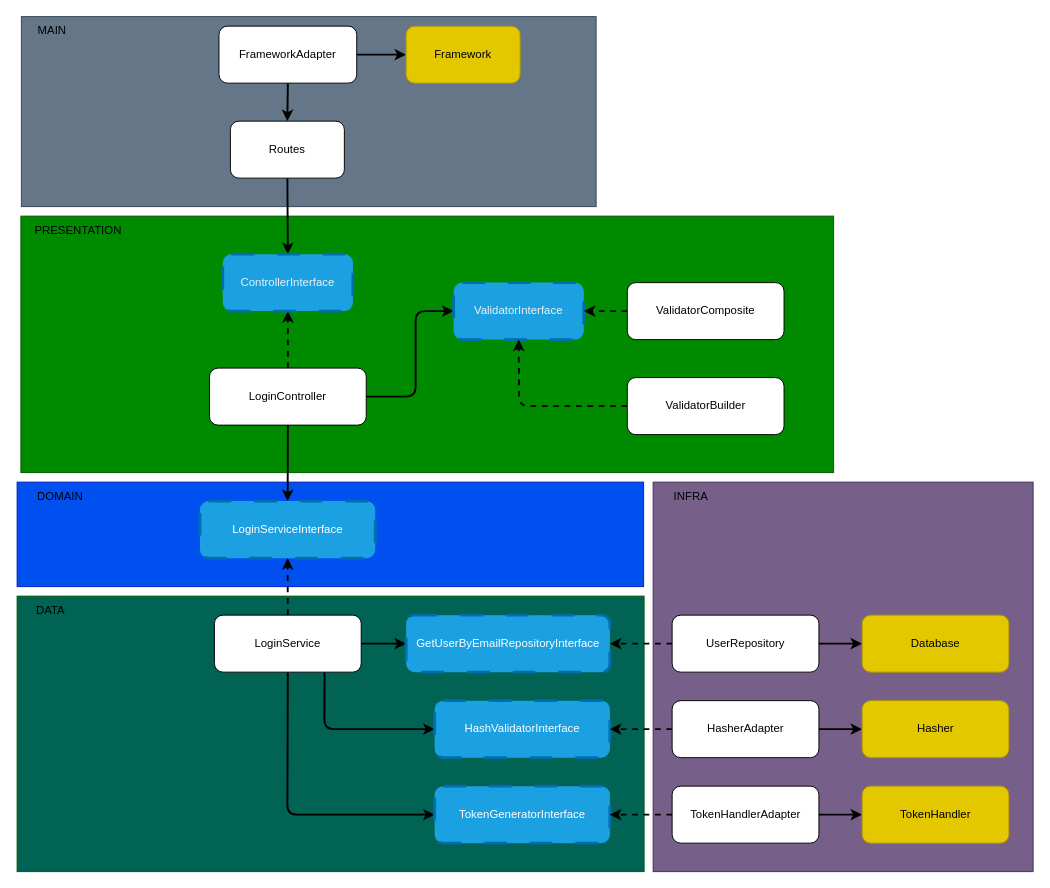
Earlier version of the draw.io diagram diagrams/login.drawio (DouglasVolcato/node-tdd-clean-architecture). Source tidied: cells renumbered, new cells numbered last; positions are measured from the earlier drawing's top-left corner, leaving out a move shared by most shapes. Both pictures are drawn from the tidied source at 95%, with x=0, y=0 at pixel (16, 16).
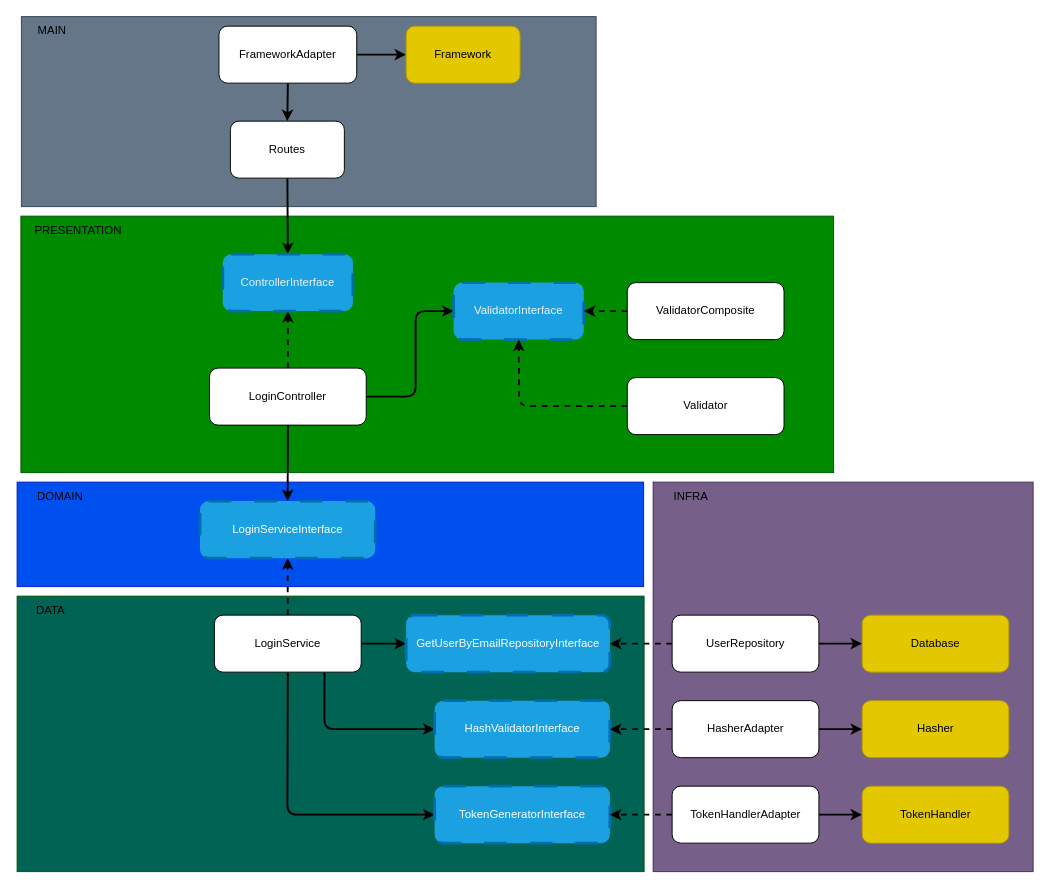
After the change.

Diff of the diagram source:
```diff
@@
-    <mxCell id="47" value="ValidatorBuilder" style="rounded=1;whiteSpace=wrap;html=1;" parent="1" vertex="1">
+    <mxCell id="47" value="Validator" style="rounded=1;whiteSpace=wrap;html=1;" parent="1" vertex="1">
       <mxGeometry x="642.8" y="380" width="165" height="60" as="geometry" />
     </mxCell>
```
